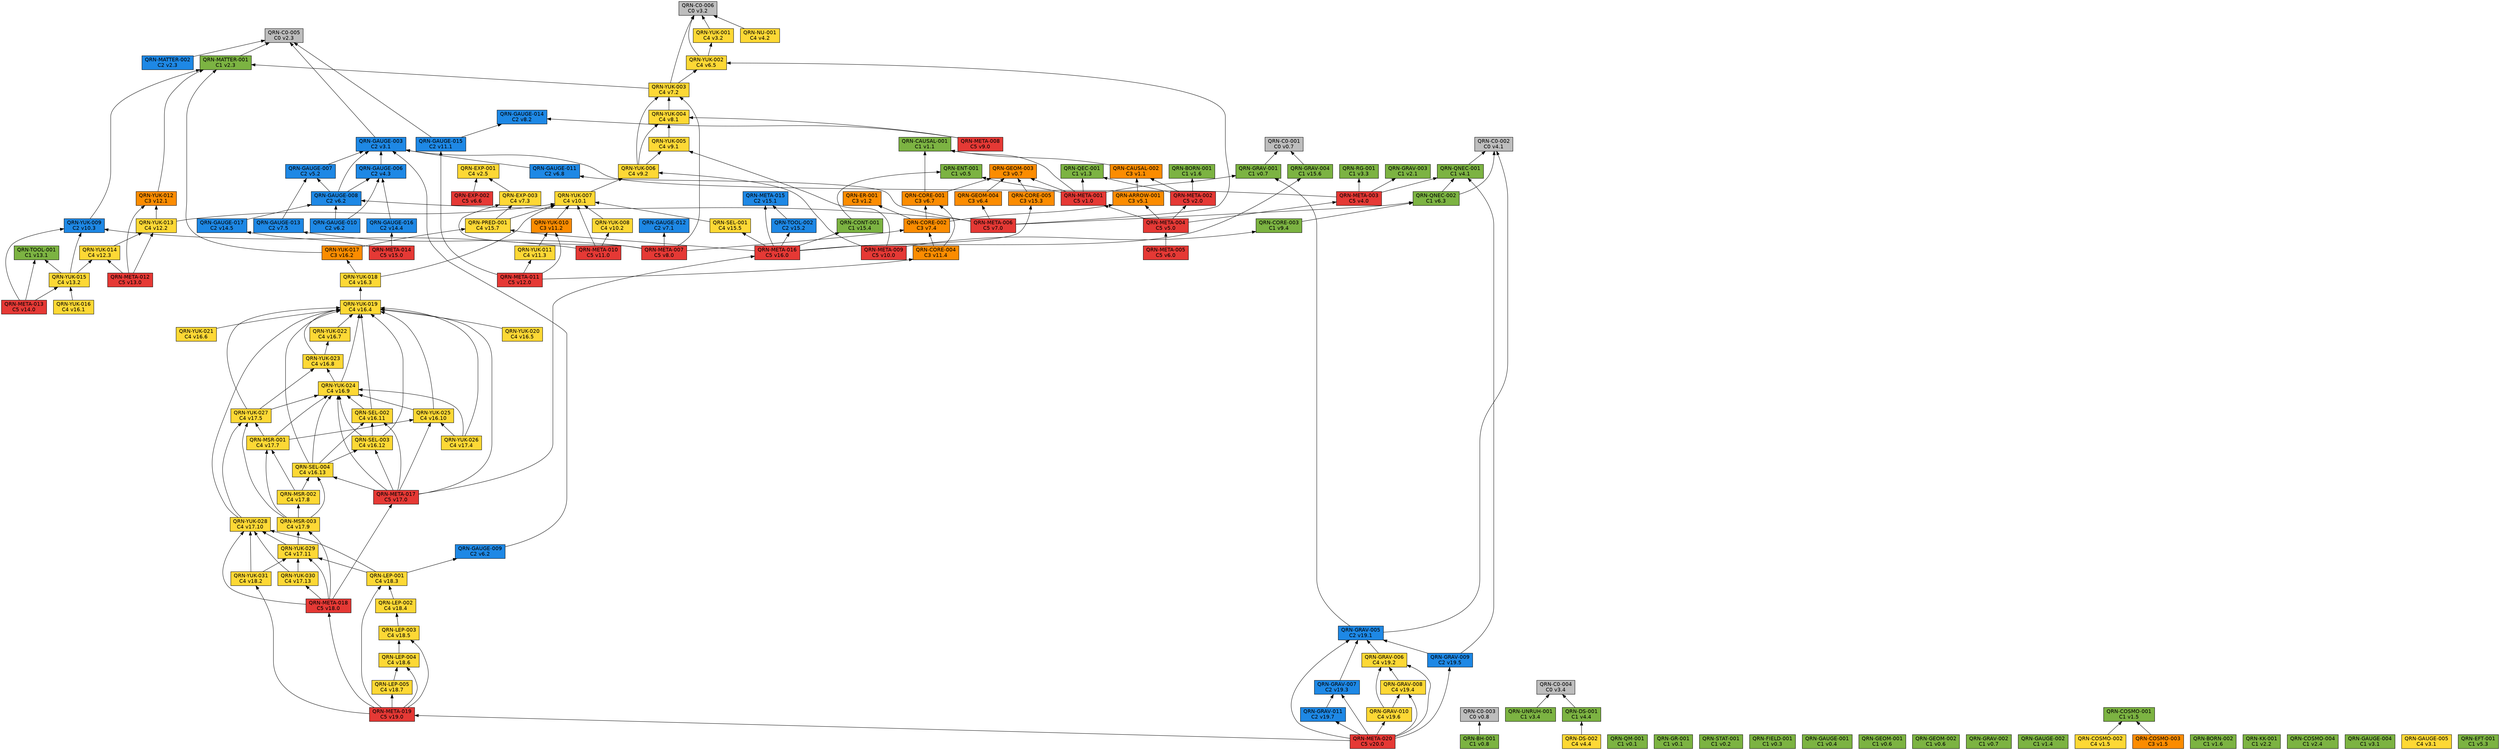
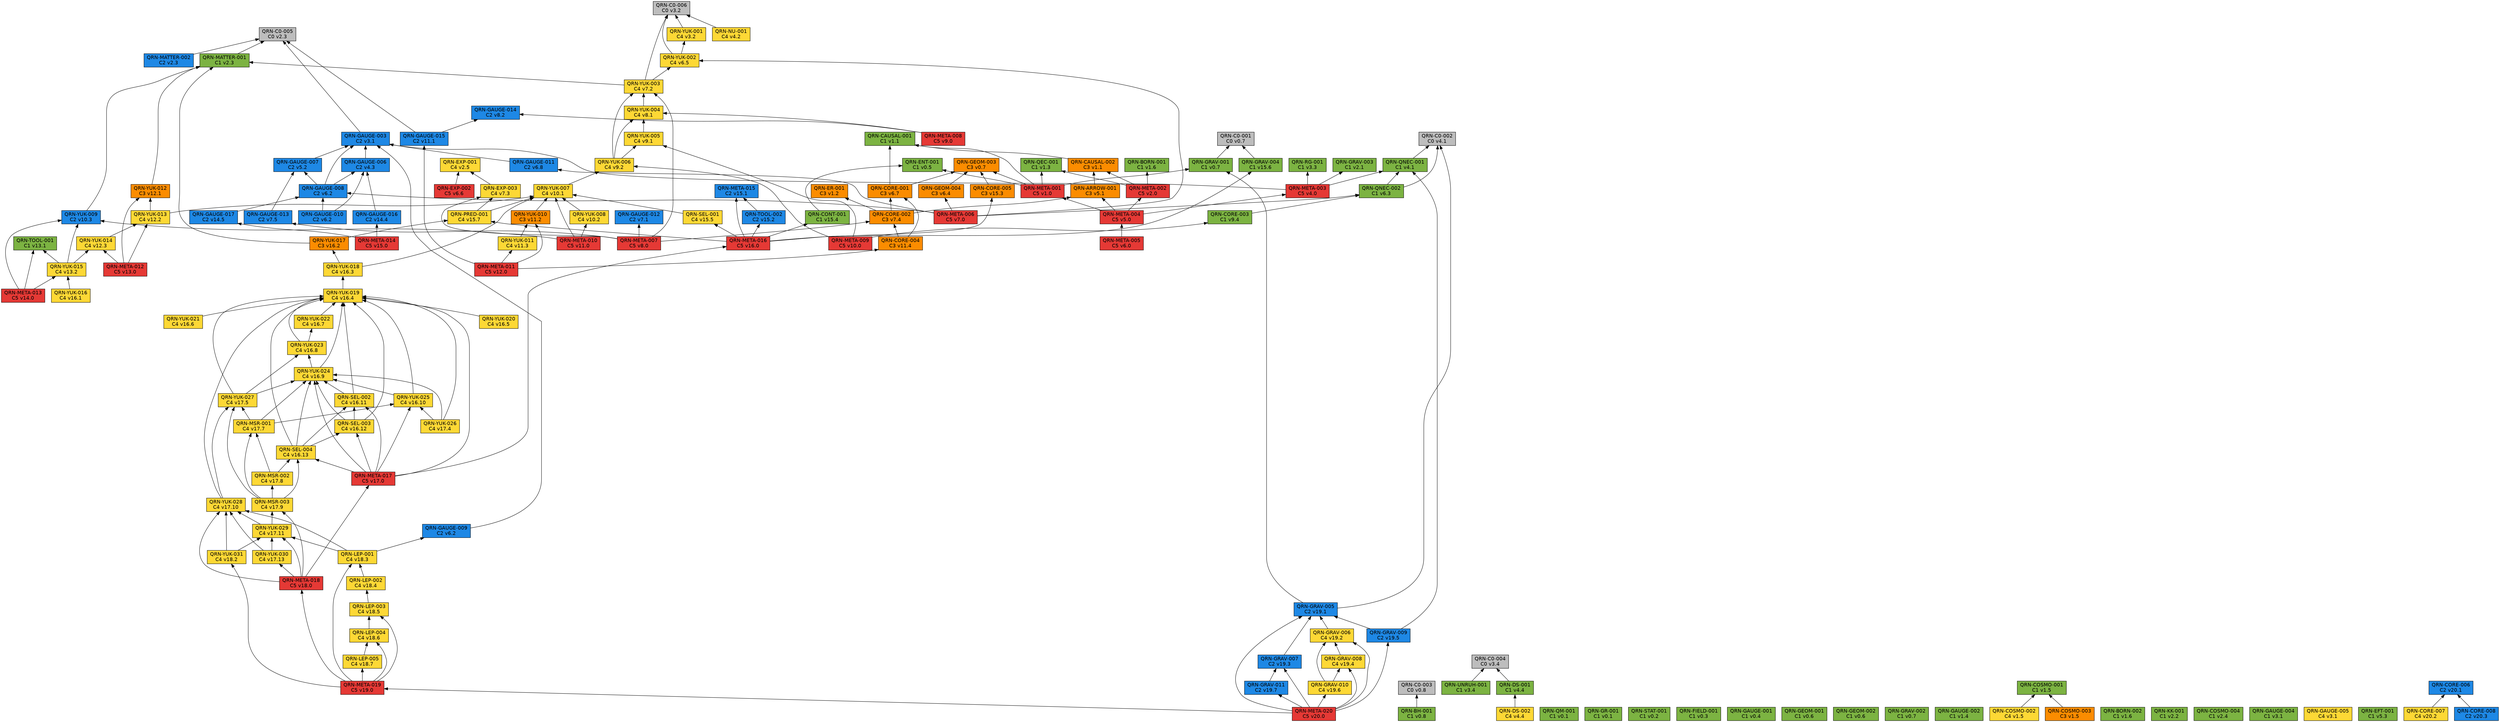
// 自動生成 (dag/report.pl) — QRN 主張依存グラフ
digraph qrn {
  rankdir=BT;
  node [shape=box, style=filled, fontname="Helvetica"];
  "QRN-C0-001" [fillcolor="#bdbdbd", label="QRN-C0-001\nC0 v0.7"];
  "QRN-C0-002" [fillcolor="#bdbdbd", label="QRN-C0-002\nC0 v4.1"];
  "QRN-C0-003" [fillcolor="#bdbdbd", label="QRN-C0-003\nC0 v0.8"];
  "QRN-C0-004" [fillcolor="#bdbdbd", label="QRN-C0-004\nC0 v3.4"];
  "QRN-C0-005" [fillcolor="#bdbdbd", label="QRN-C0-005\nC0 v2.3"];
  "QRN-C0-006" [fillcolor="#bdbdbd", label="QRN-C0-006\nC0 v3.2"];
  "QRN-QM-001" [fillcolor="#7cb342", label="QRN-QM-001\nC1 v0.1"];
  "QRN-GR-001" [fillcolor="#7cb342", label="QRN-GR-001\nC1 v0.1"];
  "QRN-STAT-001" [fillcolor="#7cb342", label="QRN-STAT-001\nC1 v0.2"];
  "QRN-FIELD-001" [fillcolor="#7cb342", label="QRN-FIELD-001\nC1 v0.3"];
  "QRN-GAUGE-001" [fillcolor="#7cb342", label="QRN-GAUGE-001\nC1 v0.4"];
  "QRN-ENT-001" [fillcolor="#7cb342", label="QRN-ENT-001\nC1 v0.5"];
  "QRN-GEOM-001" [fillcolor="#7cb342", label="QRN-GEOM-001\nC1 v0.6"];
  "QRN-GEOM-002" [fillcolor="#7cb342", label="QRN-GEOM-002\nC1 v0.6"];
  "QRN-GEOM-003" [fillcolor="#fb8c00", label="QRN-GEOM-003\nC3 v0.7"];
  "QRN-GRAV-001" [fillcolor="#7cb342", label="QRN-GRAV-001\nC1 v0.7"];
  "QRN-GRAV-002" [fillcolor="#7cb342", label="QRN-GRAV-002\nC1 v0.7"];
  "QRN-BH-001" [fillcolor="#7cb342", label="QRN-BH-001\nC1 v0.8"];
  "QRN-CAUSAL-001" [fillcolor="#7cb342", label="QRN-CAUSAL-001\nC1 v1.1"];
  "QRN-CAUSAL-002" [fillcolor="#fb8c00", label="QRN-CAUSAL-002\nC3 v1.1"];
  "QRN-ER-001" [fillcolor="#fb8c00", label="QRN-ER-001\nC3 v1.2"];
  "QRN-QEC-001" [fillcolor="#7cb342", label="QRN-QEC-001\nC1 v1.3"];
  "QRN-GAUGE-002" [fillcolor="#7cb342", label="QRN-GAUGE-002\nC1 v1.4"];
  "QRN-COSMO-001" [fillcolor="#7cb342", label="QRN-COSMO-001\nC1 v1.5"];
  "QRN-COSMO-002" [fillcolor="#fdd835", label="QRN-COSMO-002\nC4 v1.5"];
  "QRN-COSMO-003" [fillcolor="#fb8c00", label="QRN-COSMO-003\nC3 v1.5"];
  "QRN-BORN-001" [fillcolor="#7cb342", label="QRN-BORN-001\nC1 v1.6"];
  "QRN-BORN-002" [fillcolor="#7cb342", label="QRN-BORN-002\nC1 v1.6"];
  "QRN-GRAV-003" [fillcolor="#7cb342", label="QRN-GRAV-003\nC1 v2.1"];
  "QRN-KK-001" [fillcolor="#7cb342", label="QRN-KK-001\nC1 v2.2"];
  "QRN-MATTER-001" [fillcolor="#7cb342", label="QRN-MATTER-001\nC1 v2.3"];
  "QRN-MATTER-002" [fillcolor="#1e88e5", label="QRN-MATTER-002\nC2 v2.3"];
  "QRN-COSMO-004" [fillcolor="#7cb342", label="QRN-COSMO-004\nC1 v2.4"];
  "QRN-EXP-001" [fillcolor="#fdd835", label="QRN-EXP-001\nC4 v2.5"];
  "QRN-GAUGE-003" [fillcolor="#1e88e5", label="QRN-GAUGE-003\nC2 v3.1"];
  "QRN-GAUGE-004" [fillcolor="#7cb342", label="QRN-GAUGE-004\nC1 v3.1"];
  "QRN-GAUGE-005" [fillcolor="#fdd835", label="QRN-GAUGE-005\nC4 v3.1"];
  "QRN-YUK-001" [fillcolor="#fdd835", label="QRN-YUK-001\nC4 v3.2"];
  "QRN-RG-001" [fillcolor="#7cb342", label="QRN-RG-001\nC1 v3.3"];
  "QRN-UNRUH-001" [fillcolor="#7cb342", label="QRN-UNRUH-001\nC1 v3.4"];
  "QRN-QNEC-001" [fillcolor="#7cb342", label="QRN-QNEC-001\nC1 v4.1"];
  "QRN-NU-001" [fillcolor="#fdd835", label="QRN-NU-001\nC4 v4.2"];
  "QRN-GAUGE-006" [fillcolor="#1e88e5", label="QRN-GAUGE-006\nC2 v4.3"];
  "QRN-DS-001" [fillcolor="#7cb342", label="QRN-DS-001\nC1 v4.4"];
  "QRN-DS-002" [fillcolor="#fdd835", label="QRN-DS-002\nC4 v4.4"];
  "QRN-ARROW-001" [fillcolor="#fb8c00", label="QRN-ARROW-001\nC3 v5.1"];
  "QRN-GAUGE-007" [fillcolor="#1e88e5", label="QRN-GAUGE-007\nC2 v5.2"];
  "QRN-EFT-001" [fillcolor="#7cb342", label="QRN-EFT-001\nC1 v5.3"];
  "QRN-GAUGE-008" [fillcolor="#1e88e5", label="QRN-GAUGE-008\nC2 v6.2"];
  "QRN-GAUGE-009" [fillcolor="#1e88e5", label="QRN-GAUGE-009\nC2 v6.2"];
  "QRN-GAUGE-010" [fillcolor="#1e88e5", label="QRN-GAUGE-010\nC2 v6.2"];
  "QRN-QNEC-002" [fillcolor="#7cb342", label="QRN-QNEC-002\nC1 v6.3"];
  "QRN-GEOM-004" [fillcolor="#fb8c00", label="QRN-GEOM-004\nC3 v6.4"];
  "QRN-YUK-002" [fillcolor="#fdd835", label="QRN-YUK-002\nC4 v6.5"];
  "QRN-EXP-002" [fillcolor="#e53935", label="QRN-EXP-002\nC5 v6.6"];
  "QRN-CORE-001" [fillcolor="#fb8c00", label="QRN-CORE-001\nC3 v6.7"];
  "QRN-GAUGE-011" [fillcolor="#1e88e5", label="QRN-GAUGE-011\nC2 v6.8"];
  "QRN-GAUGE-012" [fillcolor="#1e88e5", label="QRN-GAUGE-012\nC2 v7.1"];
  "QRN-YUK-003" [fillcolor="#fdd835", label="QRN-YUK-003\nC4 v7.2"];
  "QRN-EXP-003" [fillcolor="#fdd835", label="QRN-EXP-003\nC4 v7.3"];
  "QRN-CORE-002" [fillcolor="#fb8c00", label="QRN-CORE-002\nC3 v7.4"];
  "QRN-GAUGE-013" [fillcolor="#1e88e5", label="QRN-GAUGE-013\nC2 v7.5"];
  "QRN-YUK-004" [fillcolor="#fdd835", label="QRN-YUK-004\nC4 v8.1"];
  "QRN-GAUGE-014" [fillcolor="#1e88e5", label="QRN-GAUGE-014\nC2 v8.2"];
  "QRN-META-001" [fillcolor="#e53935", label="QRN-META-001\nC5 v1.0"];
  "QRN-META-002" [fillcolor="#e53935", label="QRN-META-002\nC5 v2.0"];
  "QRN-META-003" [fillcolor="#e53935", label="QRN-META-003\nC5 v4.0"];
  "QRN-META-004" [fillcolor="#e53935", label="QRN-META-004\nC5 v5.0"];
  "QRN-META-005" [fillcolor="#e53935", label="QRN-META-005\nC5 v6.0"];
  "QRN-META-006" [fillcolor="#e53935", label="QRN-META-006\nC5 v7.0"];
  "QRN-META-007" [fillcolor="#e53935", label="QRN-META-007\nC5 v8.0"];
  "QRN-META-008" [fillcolor="#e53935", label="QRN-META-008\nC5 v9.0"];
  "QRN-YUK-005" [fillcolor="#fdd835", label="QRN-YUK-005\nC4 v9.1"];
  "QRN-YUK-006" [fillcolor="#fdd835", label="QRN-YUK-006\nC4 v9.2"];
  "QRN-CORE-003" [fillcolor="#7cb342", label="QRN-CORE-003\nC1 v9.4"];
  "QRN-META-009" [fillcolor="#e53935", label="QRN-META-009\nC5 v10.0"];
  "QRN-YUK-007" [fillcolor="#fdd835", label="QRN-YUK-007\nC4 v10.1"];
  "QRN-YUK-008" [fillcolor="#fdd835", label="QRN-YUK-008\nC4 v10.2"];
  "QRN-YUK-009" [fillcolor="#1e88e5", label="QRN-YUK-009\nC2 v10.3"];
  "QRN-META-010" [fillcolor="#e53935", label="QRN-META-010\nC5 v11.0"];
  "QRN-GAUGE-015" [fillcolor="#1e88e5", label="QRN-GAUGE-015\nC2 v11.1"];
  "QRN-YUK-010" [fillcolor="#fb8c00", label="QRN-YUK-010\nC3 v11.2"];
  "QRN-YUK-011" [fillcolor="#fdd835", label="QRN-YUK-011\nC4 v11.3"];
  "QRN-CORE-004" [fillcolor="#fb8c00", label="QRN-CORE-004\nC3 v11.4"];
  "QRN-META-011" [fillcolor="#e53935", label="QRN-META-011\nC5 v12.0"];
  "QRN-YUK-012" [fillcolor="#fb8c00", label="QRN-YUK-012\nC3 v12.1"];
  "QRN-YUK-013" [fillcolor="#fdd835", label="QRN-YUK-013\nC4 v12.2"];
  "QRN-YUK-014" [fillcolor="#fdd835", label="QRN-YUK-014\nC4 v12.3"];
  "QRN-META-012" [fillcolor="#e53935", label="QRN-META-012\nC5 v13.0"];
  "QRN-TOOL-001" [fillcolor="#7cb342", label="QRN-TOOL-001\nC1 v13.1"];
  "QRN-YUK-015" [fillcolor="#fdd835", label="QRN-YUK-015\nC4 v13.2"];
  "QRN-META-013" [fillcolor="#e53935", label="QRN-META-013\nC5 v14.0"];
  "QRN-GAUGE-016" [fillcolor="#1e88e5", label="QRN-GAUGE-016\nC2 v14.4"];
  "QRN-GAUGE-017" [fillcolor="#1e88e5", label="QRN-GAUGE-017\nC2 v14.5"];
  "QRN-META-014" [fillcolor="#e53935", label="QRN-META-014\nC5 v15.0"];
  "QRN-META-015" [fillcolor="#1e88e5", label="QRN-META-015\nC2 v15.1"];
  "QRN-TOOL-002" [fillcolor="#1e88e5", label="QRN-TOOL-002\nC2 v15.2"];
  "QRN-CORE-005" [fillcolor="#fb8c00", label="QRN-CORE-005\nC3 v15.3"];
  "QRN-CONT-001" [fillcolor="#7cb342", label="QRN-CONT-001\nC1 v15.4"];
  "QRN-SEL-001" [fillcolor="#fdd835", label="QRN-SEL-001\nC4 v15.5"];
  "QRN-GRAV-004" [fillcolor="#7cb342", label="QRN-GRAV-004\nC1 v15.6"];
  "QRN-PRED-001" [fillcolor="#fdd835", label="QRN-PRED-001\nC4 v15.7"];
  "QRN-META-016" [fillcolor="#e53935", label="QRN-META-016\nC5 v16.0"];
  "QRN-YUK-016" [fillcolor="#fdd835", label="QRN-YUK-016\nC4 v16.1"];
  "QRN-YUK-017" [fillcolor="#fb8c00", label="QRN-YUK-017\nC3 v16.2"];
  "QRN-YUK-018" [fillcolor="#fdd835", label="QRN-YUK-018\nC4 v16.3"];
  "QRN-YUK-019" [fillcolor="#fdd835", label="QRN-YUK-019\nC4 v16.4"];
  "QRN-YUK-020" [fillcolor="#fdd835", label="QRN-YUK-020\nC4 v16.5"];
  "QRN-YUK-021" [fillcolor="#fdd835", label="QRN-YUK-021\nC4 v16.6"];
  "QRN-YUK-022" [fillcolor="#fdd835", label="QRN-YUK-022\nC4 v16.7"];
  "QRN-YUK-023" [fillcolor="#fdd835", label="QRN-YUK-023\nC4 v16.8"];
  "QRN-YUK-024" [fillcolor="#fdd835", label="QRN-YUK-024\nC4 v16.9"];
  "QRN-YUK-025" [fillcolor="#fdd835", label="QRN-YUK-025\nC4 v16.10"];
  "QRN-SEL-002" [fillcolor="#fdd835", label="QRN-SEL-002\nC4 v16.11"];
  "QRN-SEL-003" [fillcolor="#fdd835", label="QRN-SEL-003\nC4 v16.12"];
  "QRN-SEL-004" [fillcolor="#fdd835", label="QRN-SEL-004\nC4 v16.13"];
  "QRN-META-017" [fillcolor="#e53935", label="QRN-META-017\nC5 v17.0"];
  "QRN-YUK-026" [fillcolor="#fdd835", label="QRN-YUK-026\nC4 v17.4"];
  "QRN-YUK-027" [fillcolor="#fdd835", label="QRN-YUK-027\nC4 v17.5"];
  "QRN-MSR-001" [fillcolor="#fdd835", label="QRN-MSR-001\nC4 v17.7"];
  "QRN-MSR-002" [fillcolor="#fdd835", label="QRN-MSR-002\nC4 v17.8"];
  "QRN-MSR-003" [fillcolor="#fdd835", label="QRN-MSR-003\nC4 v17.9"];
  "QRN-YUK-028" [fillcolor="#fdd835", label="QRN-YUK-028\nC4 v17.10"];
  "QRN-YUK-029" [fillcolor="#fdd835", label="QRN-YUK-029\nC4 v17.11"];
  "QRN-YUK-030" [fillcolor="#fdd835", label="QRN-YUK-030\nC4 v17.13"];
  "QRN-META-018" [fillcolor="#e53935", label="QRN-META-018\nC5 v18.0"];
  "QRN-YUK-031" [fillcolor="#fdd835", label="QRN-YUK-031\nC4 v18.2"];
  "QRN-LEP-001" [fillcolor="#fdd835", label="QRN-LEP-001\nC4 v18.3"];
  "QRN-LEP-002" [fillcolor="#fdd835", label="QRN-LEP-002\nC4 v18.4"];
  "QRN-LEP-003" [fillcolor="#fdd835", label="QRN-LEP-003\nC4 v18.5"];
  "QRN-LEP-004" [fillcolor="#fdd835", label="QRN-LEP-004\nC4 v18.6"];
  "QRN-LEP-005" [fillcolor="#fdd835", label="QRN-LEP-005\nC4 v18.7"];
  "QRN-META-019" [fillcolor="#e53935", label="QRN-META-019\nC5 v19.0"];
  "QRN-GRAV-005" [fillcolor="#1e88e5", label="QRN-GRAV-005\nC2 v19.1"];
  "QRN-GRAV-006" [fillcolor="#fdd835", label="QRN-GRAV-006\nC4 v19.2"];
  "QRN-GRAV-007" [fillcolor="#1e88e5", label="QRN-GRAV-007\nC2 v19.3"];
  "QRN-GRAV-008" [fillcolor="#fdd835", label="QRN-GRAV-008\nC4 v19.4"];
  "QRN-GRAV-009" [fillcolor="#1e88e5", label="QRN-GRAV-009\nC2 v19.5"];
  "QRN-GRAV-010" [fillcolor="#fdd835", label="QRN-GRAV-010\nC4 v19.6"];
  "QRN-GRAV-011" [fillcolor="#1e88e5", label="QRN-GRAV-011\nC2 v19.7"];
  "QRN-META-020" [fillcolor="#e53935", label="QRN-META-020\nC5 v20.0"];
+   "QRN-CORE-006" [fillcolor="#1e88e5", label="QRN-CORE-006\nC2 v20.1"];
+   "QRN-CORE-007" [fillcolor="#fdd835", label="QRN-CORE-007\nC4 v20.2"];
+   "QRN-CORE-008" [fillcolor="#1e88e5", label="QRN-CORE-008\nC2 v20.3"];
  "QRN-GRAV-001" -> "QRN-C0-001";
  "QRN-BH-001" -> "QRN-C0-003";
  "QRN-CAUSAL-002" -> "QRN-CAUSAL-001";
  "QRN-COSMO-002" -> "QRN-COSMO-001";
  "QRN-COSMO-003" -> "QRN-COSMO-001";
  "QRN-MATTER-001" -> "QRN-C0-005";
  "QRN-MATTER-002" -> "QRN-C0-005";
  "QRN-GAUGE-003" -> "QRN-C0-005";
  "QRN-YUK-001" -> "QRN-C0-006";
  "QRN-UNRUH-001" -> "QRN-C0-004";
  "QRN-QNEC-001" -> "QRN-C0-002";
  "QRN-NU-001" -> "QRN-C0-006";
  "QRN-GAUGE-006" -> "QRN-GAUGE-003";
  "QRN-DS-001" -> "QRN-C0-004";
  "QRN-DS-002" -> "QRN-DS-001";
  "QRN-ARROW-001" -> "QRN-CAUSAL-002";
  "QRN-GAUGE-007" -> "QRN-GAUGE-003";
  "QRN-GAUGE-008" -> "QRN-GAUGE-003";
  "QRN-GAUGE-008" -> "QRN-GAUGE-006";
  "QRN-GAUGE-008" -> "QRN-GAUGE-007";
  "QRN-GAUGE-009" -> "QRN-GAUGE-003";
  "QRN-GAUGE-010" -> "QRN-GAUGE-006";
  "QRN-GAUGE-010" -> "QRN-GAUGE-008";
  "QRN-QNEC-002" -> "QRN-C0-002";
  "QRN-QNEC-002" -> "QRN-QNEC-001";
  "QRN-GEOM-004" -> "QRN-GEOM-003";
  "QRN-YUK-002" -> "QRN-C0-006";
  "QRN-YUK-002" -> "QRN-YUK-001";
  "QRN-EXP-002" -> "QRN-EXP-001";
  "QRN-CORE-001" -> "QRN-GEOM-003";
  "QRN-CORE-001" -> "QRN-CAUSAL-001";
  "QRN-GAUGE-011" -> "QRN-GAUGE-003";
  "QRN-YUK-003" -> "QRN-C0-006";
  "QRN-YUK-003" -> "QRN-MATTER-001";
  "QRN-YUK-003" -> "QRN-YUK-002";
  "QRN-EXP-003" -> "QRN-EXP-001";
  "QRN-CORE-002" -> "QRN-CORE-001";
  "QRN-CORE-002" -> "QRN-ER-001";
  "QRN-CORE-002" -> "QRN-ARROW-001";
  "QRN-GAUGE-013" -> "QRN-GAUGE-007";
  "QRN-YUK-004" -> "QRN-YUK-003";
  "QRN-META-001" -> "QRN-GEOM-003";
  "QRN-META-001" -> "QRN-GRAV-001";
  "QRN-META-001" -> "QRN-CAUSAL-001";
  "QRN-META-001" -> "QRN-QEC-001";
  "QRN-META-001" -> "QRN-ENT-001";
  "QRN-META-002" -> "QRN-QEC-001";
  "QRN-META-002" -> "QRN-BORN-001";
  "QRN-META-002" -> "QRN-CAUSAL-002";
  "QRN-META-003" -> "QRN-GAUGE-003";
  "QRN-META-003" -> "QRN-RG-001";
  "QRN-META-003" -> "QRN-QNEC-001";
  "QRN-META-003" -> "QRN-GRAV-003";
  "QRN-META-004" -> "QRN-META-001";
  "QRN-META-004" -> "QRN-META-002";
  "QRN-META-004" -> "QRN-META-003";
  "QRN-META-004" -> "QRN-ARROW-001";
  "QRN-META-005" -> "QRN-META-004";
  "QRN-META-006" -> "QRN-GAUGE-008";
  "QRN-META-006" -> "QRN-QNEC-002";
  "QRN-META-006" -> "QRN-GEOM-004";
  "QRN-META-006" -> "QRN-YUK-002";
  "QRN-META-006" -> "QRN-GAUGE-011";
  "QRN-META-007" -> "QRN-GAUGE-012";
  "QRN-META-007" -> "QRN-YUK-003";
  "QRN-META-007" -> "QRN-EXP-003";
  "QRN-META-007" -> "QRN-CORE-002";
  "QRN-META-007" -> "QRN-GAUGE-013";
  "QRN-META-008" -> "QRN-YUK-004";
  "QRN-META-008" -> "QRN-GAUGE-014";
  "QRN-YUK-005" -> "QRN-YUK-004";
  "QRN-YUK-006" -> "QRN-YUK-003";
  "QRN-YUK-006" -> "QRN-YUK-004";
  "QRN-YUK-006" -> "QRN-YUK-005";
  "QRN-CORE-003" -> "QRN-QNEC-002";
  "QRN-META-009" -> "QRN-YUK-005";
  "QRN-META-009" -> "QRN-YUK-006";
  "QRN-META-009" -> "QRN-CORE-003";
  "QRN-YUK-007" -> "QRN-YUK-006";
  "QRN-YUK-008" -> "QRN-YUK-007";
  "QRN-YUK-009" -> "QRN-MATTER-001";
  "QRN-META-010" -> "QRN-YUK-007";
  "QRN-META-010" -> "QRN-YUK-008";
  "QRN-META-010" -> "QRN-YUK-009";
  "QRN-GAUGE-015" -> "QRN-C0-005";
  "QRN-GAUGE-015" -> "QRN-GAUGE-014";
  "QRN-YUK-010" -> "QRN-YUK-007";
  "QRN-YUK-011" -> "QRN-YUK-010";
  "QRN-CORE-004" -> "QRN-CORE-001";
  "QRN-CORE-004" -> "QRN-CORE-002";
  "QRN-META-011" -> "QRN-GAUGE-015";
  "QRN-META-011" -> "QRN-YUK-010";
  "QRN-META-011" -> "QRN-YUK-011";
  "QRN-META-011" -> "QRN-CORE-004";
  "QRN-YUK-012" -> "QRN-MATTER-001";
  "QRN-YUK-013" -> "QRN-YUK-012";
  "QRN-YUK-013" -> "QRN-YUK-007";
  "QRN-YUK-014" -> "QRN-YUK-013";
  "QRN-META-012" -> "QRN-YUK-012";
  "QRN-META-012" -> "QRN-YUK-013";
  "QRN-META-012" -> "QRN-YUK-014";
  "QRN-YUK-015" -> "QRN-YUK-014";
  "QRN-YUK-015" -> "QRN-TOOL-001";
  "QRN-YUK-015" -> "QRN-YUK-009";
  "QRN-META-013" -> "QRN-YUK-015";
  "QRN-META-013" -> "QRN-TOOL-001";
  "QRN-META-013" -> "QRN-YUK-009";
  "QRN-GAUGE-016" -> "QRN-GAUGE-006";
  "QRN-GAUGE-017" -> "QRN-GAUGE-008";
  "QRN-META-014" -> "QRN-GAUGE-016";
  "QRN-META-014" -> "QRN-GAUGE-017";
  "QRN-TOOL-002" -> "QRN-META-015";
  "QRN-CORE-005" -> "QRN-GEOM-003";
  "QRN-CONT-001" -> "QRN-ENT-001";
  "QRN-SEL-001" -> "QRN-YUK-007";
  "QRN-GRAV-004" -> "QRN-C0-001";
  "QRN-PRED-001" -> "QRN-YUK-007";
  "QRN-PRED-001" -> "QRN-EXP-003";
  "QRN-META-016" -> "QRN-META-015";
  "QRN-META-016" -> "QRN-TOOL-002";
  "QRN-META-016" -> "QRN-CORE-005";
  "QRN-META-016" -> "QRN-CONT-001";
  "QRN-META-016" -> "QRN-SEL-001";
  "QRN-META-016" -> "QRN-GRAV-004";
  "QRN-META-016" -> "QRN-PRED-001";
  "QRN-YUK-016" -> "QRN-YUK-015";
  "QRN-YUK-017" -> "QRN-MATTER-001";
  "QRN-YUK-017" -> "QRN-PRED-001";
  "QRN-YUK-018" -> "QRN-YUK-017";
  "QRN-YUK-018" -> "QRN-YUK-007";
  "QRN-YUK-019" -> "QRN-YUK-018";
  "QRN-YUK-020" -> "QRN-YUK-019";
  "QRN-YUK-021" -> "QRN-YUK-019";
  "QRN-YUK-022" -> "QRN-YUK-019";
  "QRN-YUK-023" -> "QRN-YUK-019";
  "QRN-YUK-023" -> "QRN-YUK-022";
  "QRN-YUK-024" -> "QRN-YUK-019";
  "QRN-YUK-024" -> "QRN-YUK-023";
  "QRN-YUK-025" -> "QRN-YUK-019";
  "QRN-YUK-025" -> "QRN-YUK-024";
  "QRN-SEL-002" -> "QRN-YUK-019";
  "QRN-SEL-002" -> "QRN-YUK-024";
  "QRN-SEL-003" -> "QRN-YUK-019";
  "QRN-SEL-003" -> "QRN-YUK-024";
  "QRN-SEL-003" -> "QRN-SEL-002";
  "QRN-SEL-004" -> "QRN-YUK-019";
  "QRN-SEL-004" -> "QRN-YUK-024";
  "QRN-SEL-004" -> "QRN-SEL-002";
  "QRN-SEL-004" -> "QRN-SEL-003";
  "QRN-META-017" -> "QRN-META-016";
  "QRN-META-017" -> "QRN-YUK-019";
  "QRN-META-017" -> "QRN-YUK-024";
  "QRN-META-017" -> "QRN-YUK-025";
  "QRN-META-017" -> "QRN-SEL-002";
  "QRN-META-017" -> "QRN-SEL-003";
  "QRN-META-017" -> "QRN-SEL-004";
  "QRN-YUK-026" -> "QRN-YUK-019";
  "QRN-YUK-026" -> "QRN-YUK-024";
  "QRN-YUK-026" -> "QRN-YUK-025";
  "QRN-YUK-027" -> "QRN-YUK-019";
  "QRN-YUK-027" -> "QRN-YUK-023";
  "QRN-YUK-027" -> "QRN-YUK-024";
  "QRN-MSR-001" -> "QRN-YUK-024";
  "QRN-MSR-001" -> "QRN-YUK-025";
  "QRN-MSR-001" -> "QRN-YUK-027";
  "QRN-MSR-002" -> "QRN-SEL-004";
  "QRN-MSR-002" -> "QRN-MSR-001";
  "QRN-MSR-003" -> "QRN-MSR-001";
  "QRN-MSR-003" -> "QRN-MSR-002";
  "QRN-MSR-003" -> "QRN-SEL-004";
  "QRN-MSR-003" -> "QRN-YUK-027";
  "QRN-YUK-028" -> "QRN-YUK-019";
  "QRN-YUK-028" -> "QRN-YUK-027";
  "QRN-YUK-029" -> "QRN-YUK-028";
  "QRN-YUK-029" -> "QRN-MSR-003";
  "QRN-YUK-030" -> "QRN-YUK-028";
  "QRN-YUK-030" -> "QRN-YUK-029";
  "QRN-META-018" -> "QRN-META-017";
  "QRN-META-018" -> "QRN-MSR-003";
  "QRN-META-018" -> "QRN-YUK-028";
  "QRN-META-018" -> "QRN-YUK-029";
  "QRN-META-018" -> "QRN-YUK-030";
  "QRN-YUK-031" -> "QRN-YUK-028";
  "QRN-YUK-031" -> "QRN-YUK-029";
  "QRN-LEP-001" -> "QRN-YUK-028";
  "QRN-LEP-001" -> "QRN-YUK-029";
  "QRN-LEP-001" -> "QRN-GAUGE-009";
  "QRN-LEP-002" -> "QRN-LEP-001";
  "QRN-LEP-003" -> "QRN-LEP-002";
  "QRN-LEP-004" -> "QRN-LEP-003";
  "QRN-LEP-005" -> "QRN-LEP-004";
  "QRN-META-019" -> "QRN-META-018";
  "QRN-META-019" -> "QRN-YUK-031";
  "QRN-META-019" -> "QRN-LEP-001";
  "QRN-META-019" -> "QRN-LEP-003";
  "QRN-META-019" -> "QRN-LEP-004";
  "QRN-META-019" -> "QRN-LEP-005";
  "QRN-GRAV-005" -> "QRN-C0-002";
  "QRN-GRAV-005" -> "QRN-GRAV-001";
  "QRN-GRAV-006" -> "QRN-GRAV-005";
  "QRN-GRAV-007" -> "QRN-GRAV-005";
  "QRN-GRAV-008" -> "QRN-GRAV-006";
  "QRN-GRAV-009" -> "QRN-GRAV-005";
  "QRN-GRAV-009" -> "QRN-QNEC-001";
  "QRN-GRAV-010" -> "QRN-GRAV-006";
  "QRN-GRAV-010" -> "QRN-GRAV-008";
  "QRN-GRAV-011" -> "QRN-GRAV-007";
  "QRN-META-020" -> "QRN-META-019";
  "QRN-META-020" -> "QRN-GRAV-005";
  "QRN-META-020" -> "QRN-GRAV-006";
  "QRN-META-020" -> "QRN-GRAV-007";
  "QRN-META-020" -> "QRN-GRAV-008";
  "QRN-META-020" -> "QRN-GRAV-009";
  "QRN-META-020" -> "QRN-GRAV-010";
  "QRN-META-020" -> "QRN-GRAV-011";
+   "QRN-CORE-007" -> "QRN-CORE-006";
+   "QRN-CORE-008" -> "QRN-CORE-006";
}
